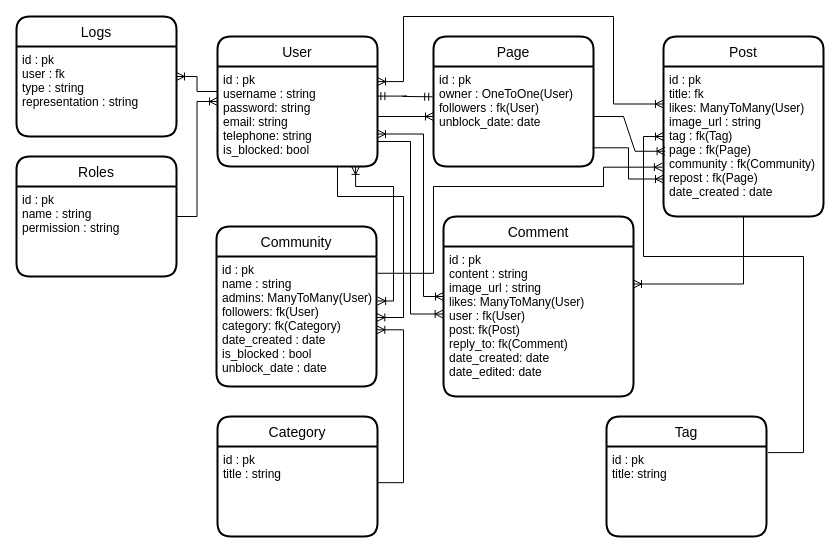
Earlier version of the draw.io diagram db_scheme.drawio (arkanarian/PostgreSQL-Labs). Source tidied: cells renumbered, new cells numbered last; positions are measured from the earlier drawing's top-left corner, leaving out a move shared by most shapes. Both pictures are drawn from the tidied source at 100%, with x=0, y=0 at pixel (16, 16).
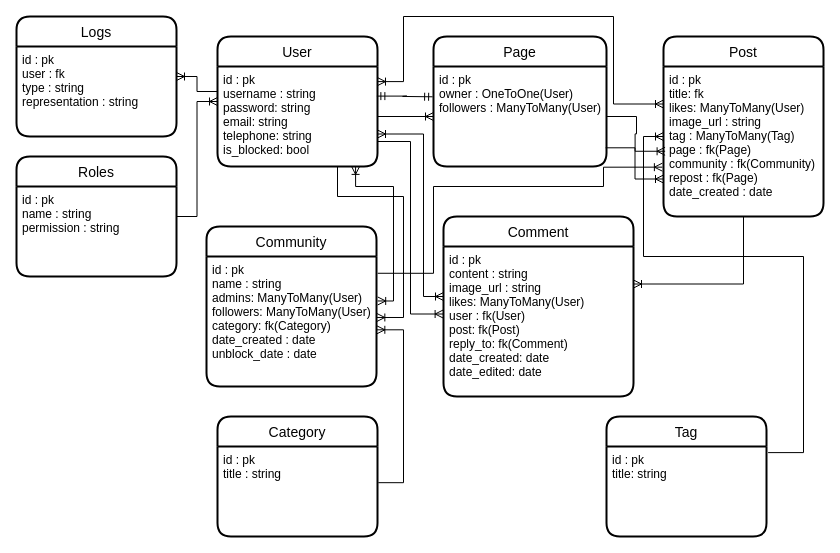
Above is the later version.

The change refers to these unchanged cells:
```xml
<mxCell id="18" value="Post" style="swimlane;horizontal=1;startSize=30;rounded=1;fontSize=14;fontStyle=0;strokeWidth=2;shadow=0;dashed=0;align=center;" parent="1" vertex="1">
  <mxGeometry x="647" y="20" width="160" height="180" as="geometry" />
</mxCell>
```

What changed in the source:
```diff
@@
     <mxCell id="10" value="Community" style="swimlane;horizontal=1;startSize=30;rounded=1;fontSize=14;fontStyle=0;strokeWidth=2;shadow=0;dashed=0;align=center;" parent="1" vertex="1">
-      <mxGeometry x="200" y="210" width="160" height="160" as="geometry" />
+      <mxGeometry x="190" y="210" width="170" height="160" as="geometry" />
     </mxCell>
-    <mxCell id="11" value="id : pk&#10;name : string&#10;admins: ManyToMany(User)&#10;followers: fk(User)&#10;category: fk(Category)&#10;date_created : date&#10;is_blocked : bool&#10;unblock_date : date&#10;" style="align=left;strokeColor=none;fillColor=none;spacingLeft=4;fontSize=12;verticalAlign=top;" parent="10" vertex="1">
-      <mxGeometry y="30" width="160" height="130" as="geometry" />
+    <mxCell id="11" value="id : pk&#10;name : string&#10;admins: ManyToMany(User)&#10;followers: ManyToMany(User)&#10;category: fk(Category)&#10;date_created : date&#10;unblock_date : date&#10;" style="align=left;strokeColor=none;fillColor=none;spacingLeft=4;fontSize=12;verticalAlign=top;" parent="10" vertex="1">
+      <mxGeometry y="30" width="170" height="130" as="geometry" />
     </mxCell>
@@
     <mxCell id="14" value="Page" style="swimlane;horizontal=1;startSize=30;rounded=1;fontSize=14;fontStyle=0;strokeWidth=2;shadow=0;dashed=0;align=center;" parent="1" vertex="1">
-      <mxGeometry x="417" y="20" width="160" height="130" as="geometry" />
+      <mxGeometry x="417" y="20" width="173" height="130" as="geometry" />
     </mxCell>
-    <mxCell id="15" value="id : pk&#10;owner : OneToOne(User)&#10;followers : fk(User)&#10;unblock_date: date" style="align=left;strokeColor=none;fillColor=none;spacingLeft=4;fontSize=12;verticalAlign=top;" parent="14" vertex="1">
-      <mxGeometry y="30" width="160" height="100" as="geometry" />
+    <mxCell id="15" value="id : pk&#10;owner : OneToOne(User)&#10;followers : ManyToMany(User)" style="align=left;strokeColor=none;fillColor=none;spacingLeft=4;fontSize=12;verticalAlign=top;" parent="14" vertex="1">
+      <mxGeometry y="30" width="173" height="100" as="geometry" />
     </mxCell>
@@
-    <mxCell id="19" value="id : pk&#10;title: fk&#10;likes: ManyToMany(User)&#10;image_url : string&#10;tag : fk(Tag)&#10;page : fk(Page)&#10;community : fk(Community)&#10;repost : fk(Page)&#10;date_created : date&#10;" style="align=left;strokeColor=none;fillColor=none;spacingLeft=4;fontSize=12;verticalAlign=top;" parent="18" vertex="1">
+    <mxCell id="19" value="id : pk&#10;title: fk&#10;likes: ManyToMany(User)&#10;image_url : string&#10;tag : ManyToMany(Tag)&#10;page : fk(Page)&#10;community : fk(Community)&#10;repost : fk(Page)&#10;date_created : date&#10;" style="align=left;strokeColor=none;fillColor=none;spacingLeft=4;fontSize=12;verticalAlign=top;" parent="18" vertex="1">
       <mxGeometry y="30" width="160" height="150" as="geometry" />
     </mxCell>
```
